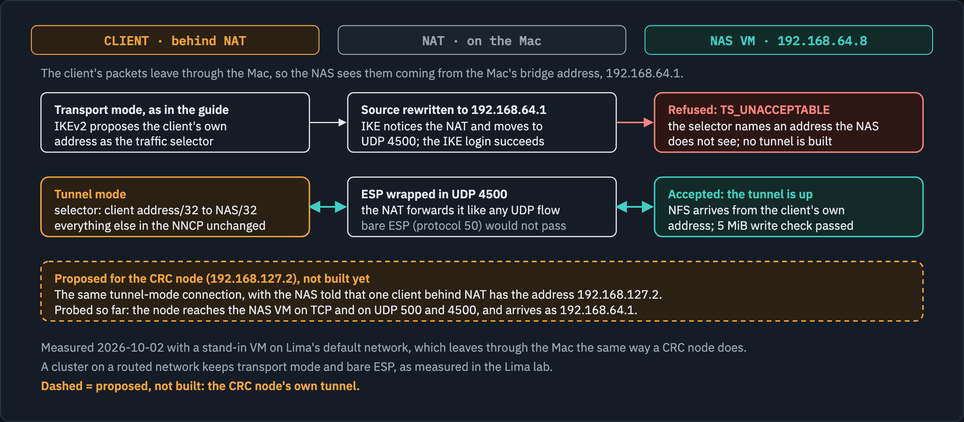
Above: docs/diagrams/crc-nat/nat-tunnel-mode.dark.png in ephico2real2/openshift-ipsec-nas (Mermaid), before the change. Its source is kept beside it as docs/diagrams/mermaid/nat-tunnel-mode.mmd. Its diagram source:
```mermaid
flowchart LR
    subgraph CLIENT["Client behind NAT"]
        T1["Transport mode, as in the guide<br/>IKEv2 proposes the client's own address<br/>as the traffic selector"]
        T2["Tunnel mode<br/>selector: client address/32 to NAS/32<br/>everything else in the NNCP unchanged"]
    end
    subgraph NAT["NAT on the Mac"]
        N1["Source rewritten to 192.168.64.1<br/>IKE notices the NAT and moves to UDP 4500<br/>the IKE login succeeds"]
        N2["ESP wrapped in UDP 4500<br/>the NAT forwards it like any UDP flow<br/>bare ESP would not pass"]
    end
    subgraph NAS["NAS VM 192.168.64.8"]
        R1["Refused: TS_UNACCEPTABLE<br/>the selector names an address the NAS does not see<br/>no tunnel is built"]
        R2["Accepted: the tunnel is up<br/>NFS arrives from the client's own address<br/>5 MiB write check passed"]
    end
    T1 --> N1 --> R1
    T2 <--> N2 <--> R2
    P["Proposed for the CRC node 192.168.127.2, not built yet:<br/>the same tunnel-mode connection"]
    T2 -.-> P
```
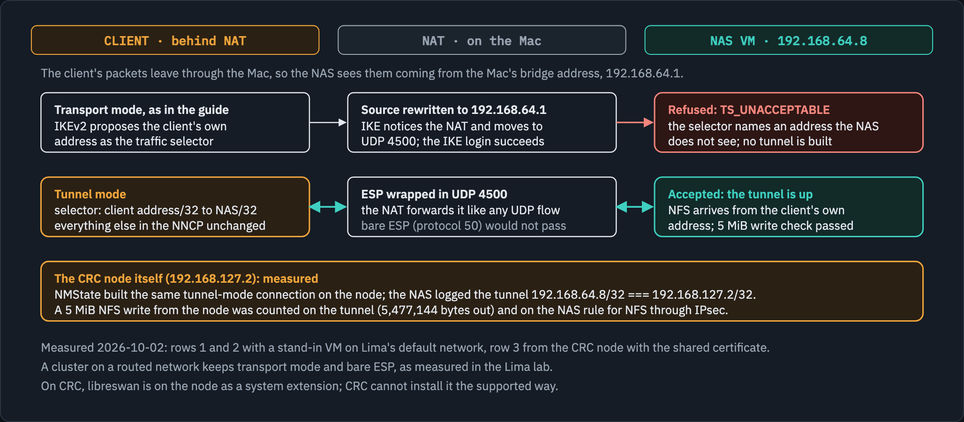
The same file after the commit.

Commit message:
CRC: the shared-certificate tunnel works from the node; fix two Kyverno gaps that affect every cluster

Change to the diagram source:
```diff
@@ -13,5 +13,5 @@
     end
     T1 --> N1 --> R1
     T2 <--> N2 <--> R2
-    P["Proposed for the CRC node 192.168.127.2, not built yet:<br/>the same tunnel-mode connection"]
-    T2 -.-> P
+    P["The CRC node itself, 192.168.127.2, measured:<br/>NMState built the same tunnel-mode connection<br/>5 MiB NFS write counted on the tunnel"]
+    T2 --> P
```
